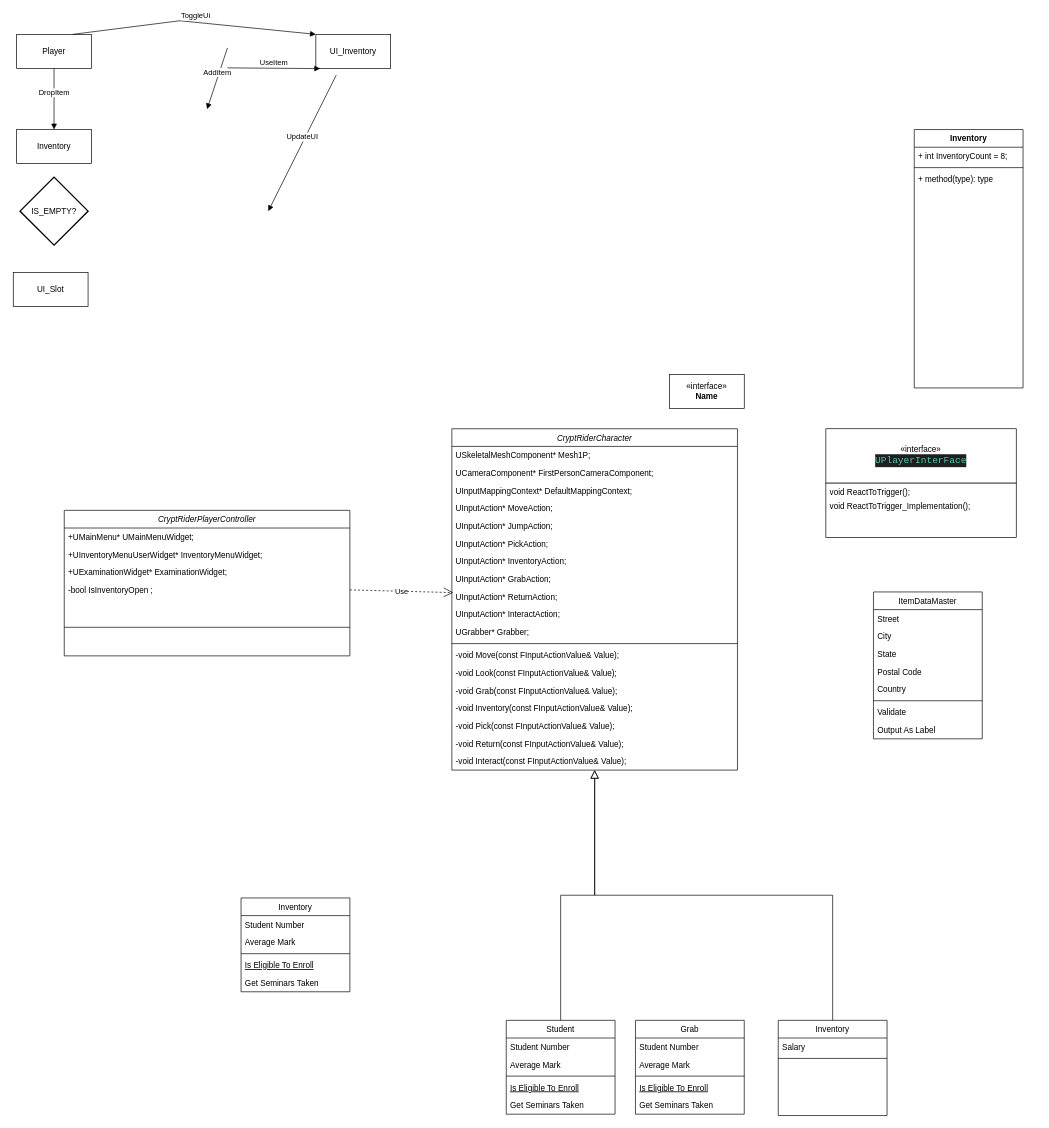
This is CryptRider.drawio from beeseo147/CryptRider, a draw.io file, before an edit. Source tidied: cells renumbered, new cells numbered last; positions are measured from the earlier drawing's top-left corner, leaving out a move shared by most shapes. Both pictures are drawn from the tidied source at 68%, with x=0, y=0 at pixel (13, 20).
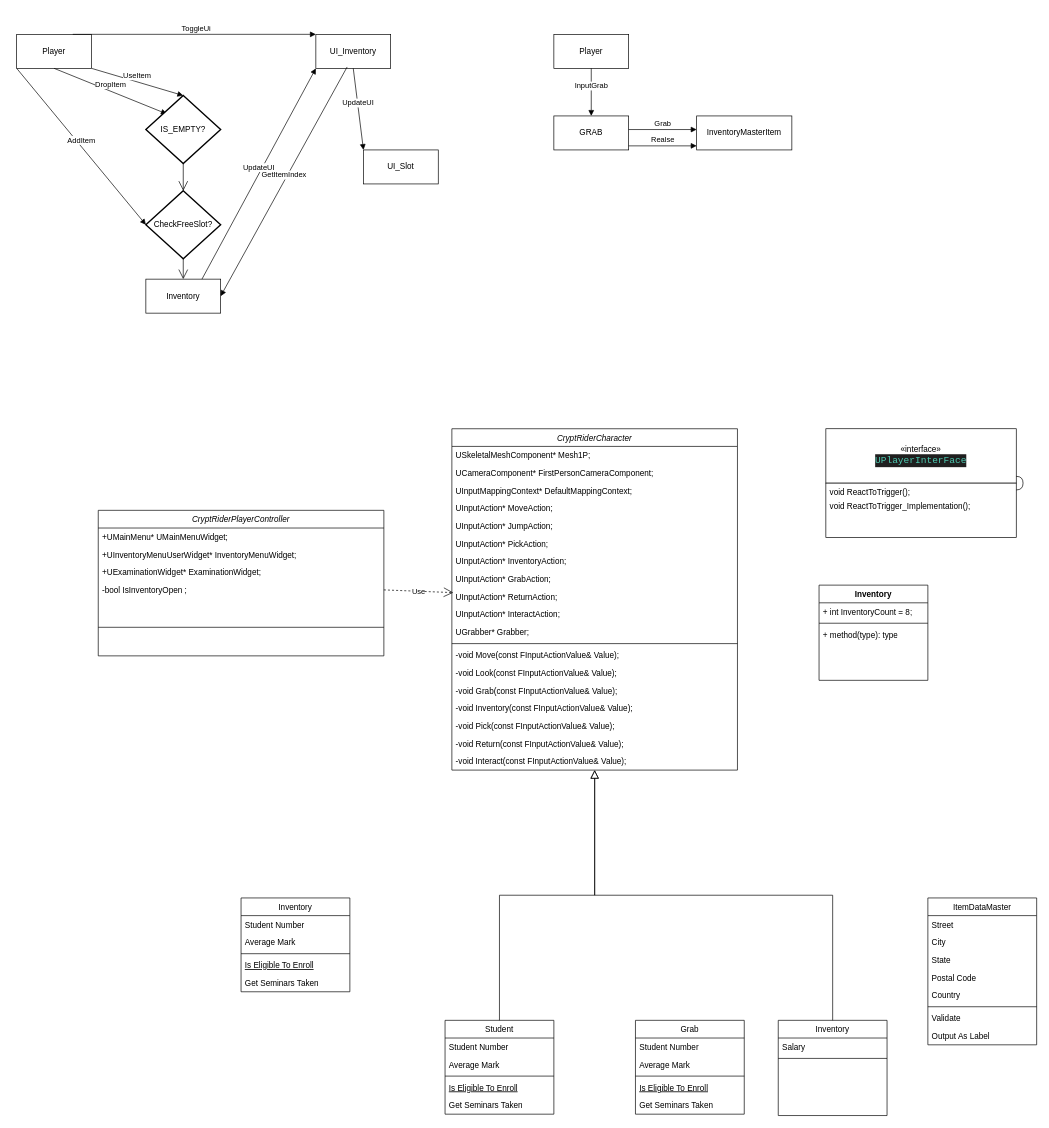
Above is the later version.

Unchanged cells that the change refers to:
```xml
<mxCell id="64" value="Player" style="html=1;whiteSpace=wrap;" parent="1" vertex="1">
  <mxGeometry x="5" y="20" width="110" height="50" as="geometry" />
</mxCell>
<mxCell id="68" value="UI_Inventory" style="html=1;whiteSpace=wrap;" parent="1" vertex="1">
  <mxGeometry x="445" y="20" width="110" height="50" as="geometry" />
</mxCell>
```

Change to the diagram source:
```diff
@@
     <mxCell id="22" value="Student" style="swimlane;fontStyle=0;align=center;verticalAlign=top;horizontal=1;startSize=26;rounded=0;shadow=0;strokeWidth=1;" parent="1" vertex="1">
-      <mxGeometry x="725" y="1470" width="160" height="138" as="geometry" />
+      <mxGeometry x="635" y="1470" width="160" height="138" as="geometry" />
     </mxCell>
@@
-    <mxCell id="33" value="ItemDataMaster&#10;" style="swimlane;fontStyle=0;align=center;verticalAlign=top;horizontal=1;startSize=26;rounded=0;shadow=0;strokeWidth=1;" parent="1" vertex="1">
-      <mxGeometry x="1265" y="840" width="160" height="216" as="geometry" />
+    <mxCell id="33" value="ItemDataMaster&#10;" style="swimlane;fontStyle=0;align=center;verticalAlign=top;horizontal=1;startSize=26;rounded=0;shadow=0;strokeWidth=1;swimlaneLine=1;" parent="1" vertex="1">
+      <mxGeometry x="1345" y="1290" width="160" height="216" as="geometry" />
     </mxCell>
-    <mxCell id="34" value="Street" style="text;align=left;verticalAlign=top;spacingLeft=4;spacingRight=4;overflow=hidden;" parent="33" vertex="1">
+    <mxCell id="34" value="Street" style="text;align=left;verticalAlign=top;spacingLeft=4;spacingRight=4;overflow=hidden;swimlaneLine=1;" parent="33" vertex="1">
       <mxGeometry y="26" width="160" height="26" as="geometry" />
     </mxCell>
-    <mxCell id="35" value="City" style="text;align=left;verticalAlign=top;spacingLeft=4;spacingRight=4;overflow=hidden;rounded=0;shadow=0;html=0;" parent="33" vertex="1">
+    <mxCell id="35" value="City" style="text;align=left;verticalAlign=top;spacingLeft=4;spacingRight=4;overflow=hidden;rounded=0;shadow=0;html=0;swimlaneLine=1;" parent="33" vertex="1">
       <mxGeometry y="52" width="160" height="26" as="geometry" />
     </mxCell>
-    <mxCell id="36" value="State" style="text;align=left;verticalAlign=top;spacingLeft=4;spacingRight=4;overflow=hidden;rounded=0;shadow=0;html=0;" parent="33" vertex="1">
+    <mxCell id="36" value="State" style="text;align=left;verticalAlign=top;spacingLeft=4;spacingRight=4;overflow=hidden;rounded=0;shadow=0;html=0;swimlaneLine=1;" parent="33" vertex="1">
       <mxGeometry y="78" width="160" height="26" as="geometry" />
     </mxCell>
-    <mxCell id="37" value="Postal Code" style="text;align=left;verticalAlign=top;spacingLeft=4;spacingRight=4;overflow=hidden;rounded=0;shadow=0;html=0;" parent="33" vertex="1">
+    <mxCell id="37" value="Postal Code" style="text;align=left;verticalAlign=top;spacingLeft=4;spacingRight=4;overflow=hidden;rounded=0;shadow=0;html=0;swimlaneLine=1;" parent="33" vertex="1">
       <mxGeometry y="104" width="160" height="26" as="geometry" />
     </mxCell>
-    <mxCell id="38" value="Country" style="text;align=left;verticalAlign=top;spacingLeft=4;spacingRight=4;overflow=hidden;rounded=0;shadow=0;html=0;" parent="33" vertex="1">
+    <mxCell id="38" value="Country" style="text;align=left;verticalAlign=top;spacingLeft=4;spacingRight=4;overflow=hidden;rounded=0;shadow=0;html=0;swimlaneLine=1;" parent="33" vertex="1">
       <mxGeometry y="130" width="160" height="26" as="geometry" />
     </mxCell>
-    <mxCell id="39" style="line;html=1;strokeWidth=1;align=left;verticalAlign=middle;spacingTop=-1;spacingLeft=3;spacingRight=3;labelPosition=right;" parent="33" vertex="1">
+    <mxCell id="39" style="line;html=1;strokeWidth=1;align=left;verticalAlign=middle;spacingTop=-1;spacingLeft=3;spacingRight=3;labelPosition=right;swimlaneLine=1;" parent="33" vertex="1">
       <mxGeometry y="156" width="160" height="8" as="geometry" />
     </mxCell>
-    <mxCell id="40" value="Validate" style="text;align=left;verticalAlign=top;spacingLeft=4;spacingRight=4;overflow=hidden;" parent="33" vertex="1">
+    <mxCell id="40" value="Validate" style="text;align=left;verticalAlign=top;spacingLeft=4;spacingRight=4;overflow=hidden;swimlaneLine=1;" parent="33" vertex="1">
       <mxGeometry y="164" width="160" height="26" as="geometry" />
     </mxCell>
-    <mxCell id="41" value="Output As Label" style="text;align=left;verticalAlign=top;spacingLeft=4;spacingRight=4;overflow=hidden;" parent="33" vertex="1">
+    <mxCell id="41" value="Output As Label" style="text;align=left;verticalAlign=top;spacingLeft=4;spacingRight=4;overflow=hidden;swimlaneLine=1;" parent="33" vertex="1">
       <mxGeometry y="190" width="160" height="26" as="geometry" />
     </mxCell>
@@
     <mxCell id="54" value="CryptRiderPlayerController&#10;" style="swimlane;fontStyle=2;align=center;verticalAlign=top;horizontal=1;startSize=26;rounded=0;shadow=0;strokeWidth=1;" parent="1" vertex="1">
-      <mxGeometry x="75" y="720" width="420" height="214" as="geometry" />
+      <mxGeometry x="125" y="720" width="420" height="214" as="geometry" />
     </mxCell>
@@
     <mxCell id="60" value="Inventory&lt;div&gt;&lt;br&gt;&lt;/div&gt;" style="swimlane;fontStyle=1;align=center;verticalAlign=top;horizontal=1;startSize=26;whiteSpace=wrap;html=1;" parent="1" vertex="1">
-      <mxGeometry x="1325" y="160" width="160" height="380" as="geometry" />
+      <mxGeometry x="1185" y="830" width="160" height="140" as="geometry" />
     </mxCell>
@@
     <mxCell id="63" value="+ method(type): type" style="text;strokeColor=none;fillColor=none;align=left;verticalAlign=top;spacingLeft=4;spacingRight=4;overflow=hidden;whiteSpace=wrap;html=1;" parent="60" vertex="1">
-      <mxGeometry y="60" width="160" height="320" as="geometry" />
+      <mxGeometry y="60" width="160" height="80" as="geometry" />
     </mxCell>
@@
-    <mxCell id="65" value="DropItem" style="html=1;verticalAlign=bottom;endArrow=block;curved=0;rounded=0;entryX=0.5;entryY=0;entryDx=0;entryDy=0;exitX=0.5;exitY=1;exitDx=0;exitDy=0;" parent="1" edge="1" source="64" target="66">
+    <mxCell id="65" value="DropItem" style="html=1;verticalAlign=bottom;endArrow=block;curved=0;rounded=0;entryX=0.28;entryY=0.27;entryDx=0;entryDy=0;exitX=0.5;exitY=1;exitDx=0;exitDy=0;entryPerimeter=0;" parent="1" edge="1" source="64" target="73">
       <mxGeometry relative="1" as="geometry" />
     </mxCell>
     <mxCell id="66" value="Inventory" style="html=1;whiteSpace=wrap;" parent="1" vertex="1">
-      <mxGeometry x="5" y="160" width="110" height="50" as="geometry" />
+      <mxGeometry x="195" y="380" width="110" height="50" as="geometry" />
     </mxCell>
-    <mxCell id="67" value="AddItem" style="html=1;verticalAlign=bottom;endArrow=block;curved=0;rounded=0;" parent="1" edge="1">
-      <mxGeometry relative="1" as="geometry">
-        <mxPoint x="315" y="40" as="sourcePoint" />
-        <mxPoint x="285" y="130" as="targetPoint" />
-      </mxGeometry>
+    <mxCell id="67" value="AddItem" style="html=1;verticalAlign=bottom;endArrow=block;curved=0;rounded=0;exitX=0;exitY=1;exitDx=0;exitDy=0;entryX=0;entryY=0.5;entryDx=0;entryDy=0;entryPerimeter=0;" parent="1" edge="1" source="64" target="83">
+      <mxGeometry relative="1" as="geometry" />
     </mxCell>
@@
     <mxCell id="69" value="ToggleUi" style="html=1;verticalAlign=bottom;endArrow=block;curved=0;rounded=0;entryX=0;entryY=0;entryDx=0;entryDy=0;exitX=0.75;exitY=0;exitDx=0;exitDy=0;" parent="1" edge="1" source="64" target="68">
-      <mxGeometry x="0.01" relative="1" as="geometry">
-        <Array as="points">
-          <mxPoint x="245" />
-        </Array>
-      </mxGeometry>
+      <mxGeometry x="0.01" relative="1" as="geometry" />
     </mxCell>
-    <mxCell id="70" value="UpdateUI" style="html=1;verticalAlign=bottom;endArrow=block;curved=0;rounded=0;" parent="1" edge="1">
-      <mxGeometry relative="1" as="geometry">
-        <mxPoint x="475" y="80" as="sourcePoint" />
-        <mxPoint x="375" y="280" as="targetPoint" />
-      </mxGeometry>
+    <mxCell id="70" value="UpdateUI" style="html=1;verticalAlign=bottom;endArrow=block;curved=0;rounded=0;entryX=0;entryY=1;entryDx=0;entryDy=0;exitX=0.75;exitY=0;exitDx=0;exitDy=0;" parent="1" edge="1" source="66" target="68">
+      <mxGeometry relative="1" as="geometry" />
     </mxCell>
     <mxCell id="71" value="UI_Slot" style="html=1;whiteSpace=wrap;" parent="1" vertex="1">
-      <mxGeometry y="370" width="110" height="50" as="geometry" />
+      <mxGeometry x="515" y="190" width="110" height="50" as="geometry" />
     </mxCell>
-    <mxCell id="72" value="UseItem" style="html=1;verticalAlign=bottom;endArrow=block;curved=0;rounded=0;entryX=0.058;entryY=1.008;entryDx=0;entryDy=0;entryPerimeter=0;" parent="1" edge="1" target="68">
-      <mxGeometry relative="1" as="geometry">
-        <mxPoint x="315" y="69.3" as="sourcePoint" />
-      </mxGeometry>
+    <mxCell id="72" value="UseItem" style="html=1;verticalAlign=bottom;endArrow=block;curved=0;rounded=0;exitX=1;exitY=1;exitDx=0;exitDy=0;entryX=0.5;entryY=0;entryDx=0;entryDy=0;entryPerimeter=0;" parent="1" edge="1" source="64" target="73">
+      <mxGeometry relative="1" as="geometry" />
     </mxCell>
     <mxCell id="73" value="IS_EMPTY?" style="strokeWidth=2;html=1;shape=mxgraph.flowchart.decision;whiteSpace=wrap;" parent="1" vertex="1">
-      <mxGeometry x="10" y="230" width="100" height="100" as="geometry" />
+      <mxGeometry x="195" y="110" width="110" height="100" as="geometry" />
     </mxCell>
@@
-    <mxCell id="75" value="&amp;laquo;interface&amp;raquo;&lt;br&gt;&lt;b&gt;Name&lt;/b&gt;" style="html=1;whiteSpace=wrap;" parent="1" vertex="1">
-      <mxGeometry x="965" y="520" width="110" height="50" as="geometry" />
-    </mxCell>
@@
+    <mxCell id="82" value="UpdateUI" style="html=1;verticalAlign=bottom;endArrow=block;curved=0;rounded=0;entryX=0;entryY=0;entryDx=0;entryDy=0;exitX=0.5;exitY=1;exitDx=0;exitDy=0;" parent="1" edge="1" source="68" target="71">
+      <mxGeometry relative="1" as="geometry" />
+    </mxCell>
+    <mxCell id="83" value="CheckFreeSlot?" style="strokeWidth=2;html=1;shape=mxgraph.flowchart.decision;whiteSpace=wrap;" parent="1" vertex="1">
+      <mxGeometry x="195" y="250" width="110" height="100" as="geometry" />
+    </mxCell>
+    <mxCell id="84" style="endArrow=open;endFill=1;endSize=12;html=1;rounded=0;exitX=0.5;exitY=1;exitDx=0;exitDy=0;exitPerimeter=0;entryX=0.5;entryY=0;entryDx=0;entryDy=0;entryPerimeter=0;" parent="1" edge="1" source="73" target="83">
+      <mxGeometry relative="1" as="geometry" />
+    </mxCell>
+    <mxCell id="85" style="endArrow=open;endFill=1;endSize=12;html=1;rounded=0;exitX=0.5;exitY=1;exitDx=0;exitDy=0;exitPerimeter=0;entryX=0.5;entryY=0;entryDx=0;entryDy=0;" parent="1" edge="1" source="83" target="66">
+      <mxGeometry relative="1" as="geometry" />
+    </mxCell>
+    <mxCell id="86" value="GetItemIndex" style="html=1;verticalAlign=bottom;endArrow=block;curved=0;rounded=0;entryX=1;entryY=0.5;entryDx=0;entryDy=0;exitX=0.418;exitY=0.96;exitDx=0;exitDy=0;exitPerimeter=0;" parent="1" edge="1" source="68" target="66">
+      <mxGeometry relative="1" as="geometry" />
+    </mxCell>
+    <mxCell id="87" style="shape=requiredInterface;html=1;verticalLabelPosition=bottom;sketch=0;" parent="1" vertex="1">
+      <mxGeometry x="1475" y="670" width="10" height="20" as="geometry" />
+    </mxCell>
+    <mxCell id="88" value="Player" style="html=1;whiteSpace=wrap;" parent="1" vertex="1">
+      <mxGeometry x="795" y="20" width="110" height="50" as="geometry" />
+    </mxCell>
+    <mxCell id="89" value="InputGrab" style="html=1;verticalAlign=bottom;endArrow=block;curved=0;rounded=0;exitX=0.5;exitY=1;exitDx=0;exitDy=0;" parent="1" edge="1" source="88">
+      <mxGeometry relative="1" as="geometry">
+        <mxPoint x="850" y="140" as="targetPoint" />
+      </mxGeometry>
+    </mxCell>
+    <mxCell id="90" value="GRAB" style="html=1;whiteSpace=wrap;" parent="1" vertex="1">
+      <mxGeometry x="795" y="140" width="110" height="50" as="geometry" />
+    </mxCell>
+    <mxCell id="91" value="Grab" style="html=1;verticalAlign=bottom;endArrow=block;curved=0;rounded=0;exitX=0.5;exitY=1;exitDx=0;exitDy=0;" parent="1" edge="1">
+      <mxGeometry relative="1" as="geometry">
+        <mxPoint x="905" y="160" as="sourcePoint" />
+        <mxPoint x="1005" y="160" as="targetPoint" />
+      </mxGeometry>
+    </mxCell>
+    <mxCell id="92" value="InventoryMasterItem" style="html=1;whiteSpace=wrap;" parent="1" vertex="1">
+      <mxGeometry x="1005" y="140" width="140" height="50" as="geometry" />
+    </mxCell>
+    <mxCell id="93" value="Realse" style="html=1;verticalAlign=bottom;endArrow=block;curved=0;rounded=0;exitX=0.5;exitY=1;exitDx=0;exitDy=0;" parent="1" edge="1">
+      <mxGeometry relative="1" as="geometry">
+        <mxPoint x="905" y="184" as="sourcePoint" />
+        <mxPoint x="1005" y="184" as="targetPoint" />
+      </mxGeometry>
+    </mxCell>
```
